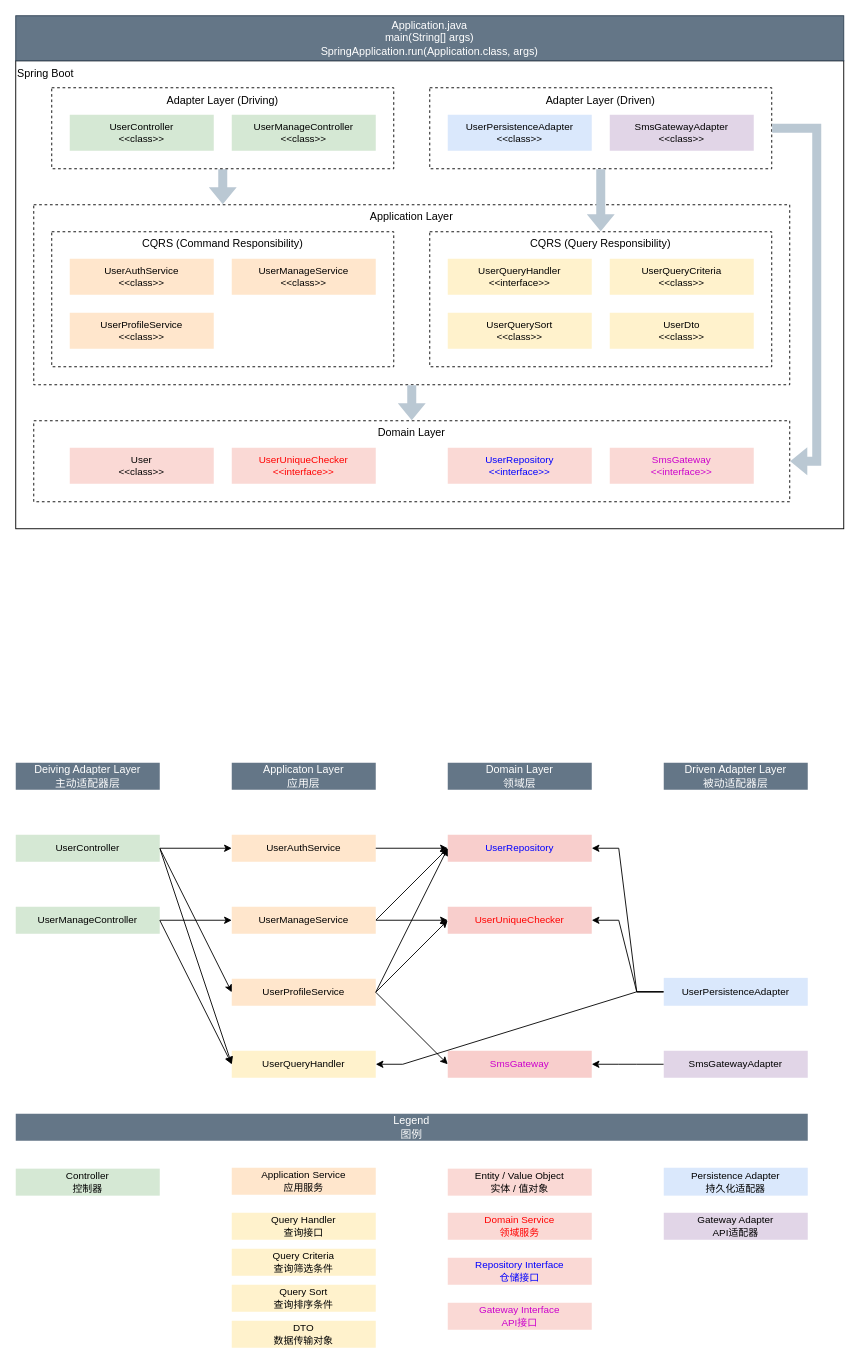
chookrib/backend-example keeps this draw.io diagram as page "java" (1 of 3) of arch.drawio. Above is the earlier version. Source tidied: cells renumbered, new cells numbered last; positions are measured from the earlier drawing's top-left corner, leaving out a move shared by most shapes. Both pictures are drawn from the tidied source at 90%, with x=0, y=0 at pixel (15, 15).
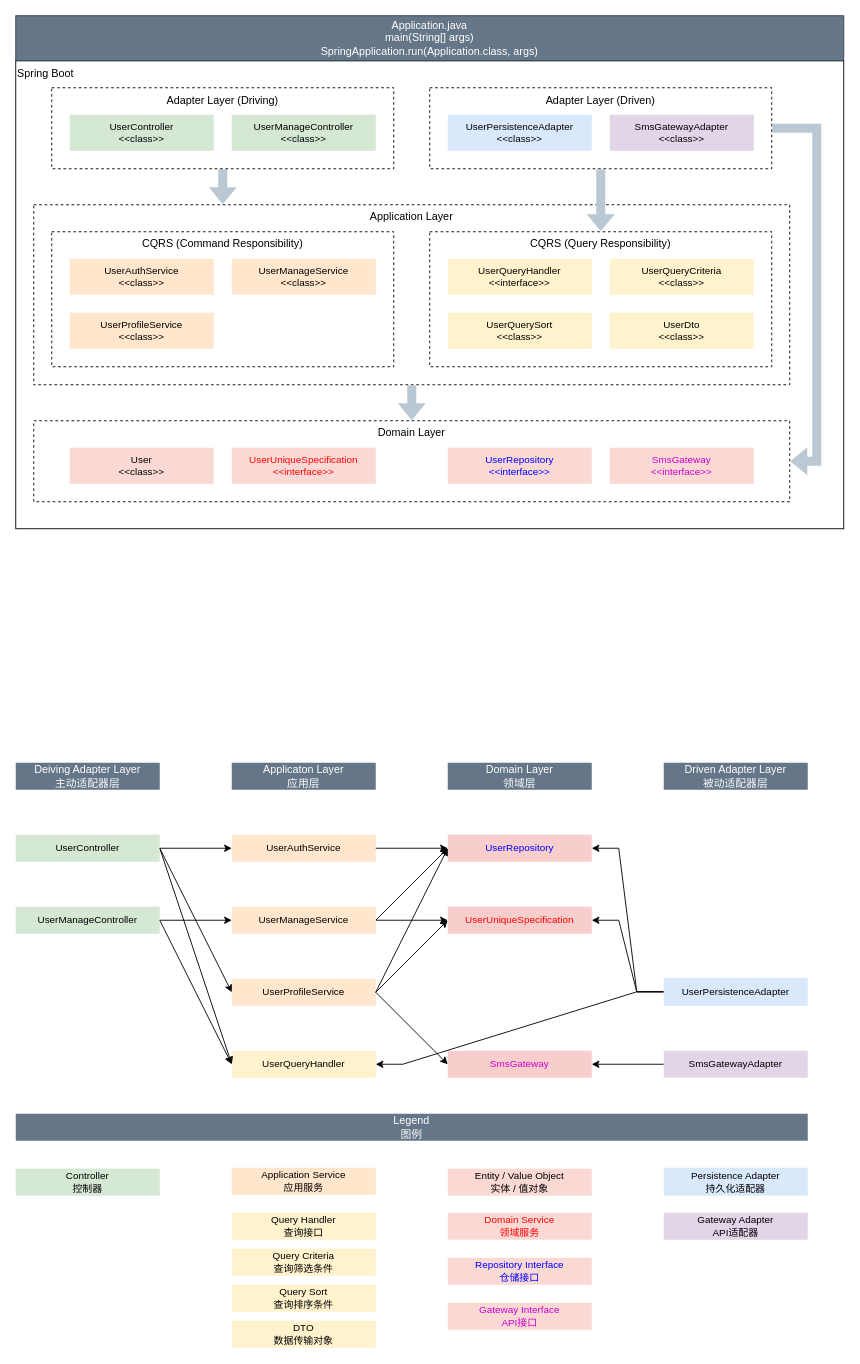
The same page after the edit.

Diff of the diagram source:
```diff
@@
-    <mxCell id="37" value="UserUniqueChecker" style="rounded=0;whiteSpace=wrap;html=1;fillColor=#f8cecc;strokeColor=none;fontStyle=0;fontColor=#FF0000;fontSize=11;" parent="1" vertex="1">
+    <mxCell id="37" value="UserUniqueSpecification" style="rounded=0;whiteSpace=wrap;html=1;fillColor=#f8cecc;strokeColor=none;fontStyle=0;fontColor=#FF0000;fontSize=11;" parent="1" vertex="1">
       <mxGeometry x="480" y="990" width="160" height="30" as="geometry" />
     </mxCell>
@@
-    <mxCell id="54" value="&lt;div&gt;&lt;span style=&quot;background-color: transparent;&quot;&gt;UserUniqueChecker&lt;/span&gt;&lt;/div&gt;&lt;div&gt;&amp;lt;&amp;lt;interface&amp;gt;&amp;gt;&lt;/div&gt;" style="rounded=0;whiteSpace=wrap;html=1;fillColor=#fad9d5;strokeColor=none;fontColor=#FF0000;fontSize=11;" parent="1" vertex="1">
+    <mxCell id="54" value="&lt;div&gt;&lt;span style=&quot;background-color: transparent;&quot;&gt;UserUniqueSpecification&lt;/span&gt;&lt;/div&gt;&lt;div&gt;&amp;lt;&amp;lt;interface&amp;gt;&amp;gt;&lt;/div&gt;" style="rounded=0;whiteSpace=wrap;html=1;fillColor=#fad9d5;strokeColor=none;fontColor=#FF0000;fontSize=11;" parent="1" vertex="1">
       <mxGeometry x="240" y="480" width="160" height="40" as="geometry" />
     </mxCell>
```
